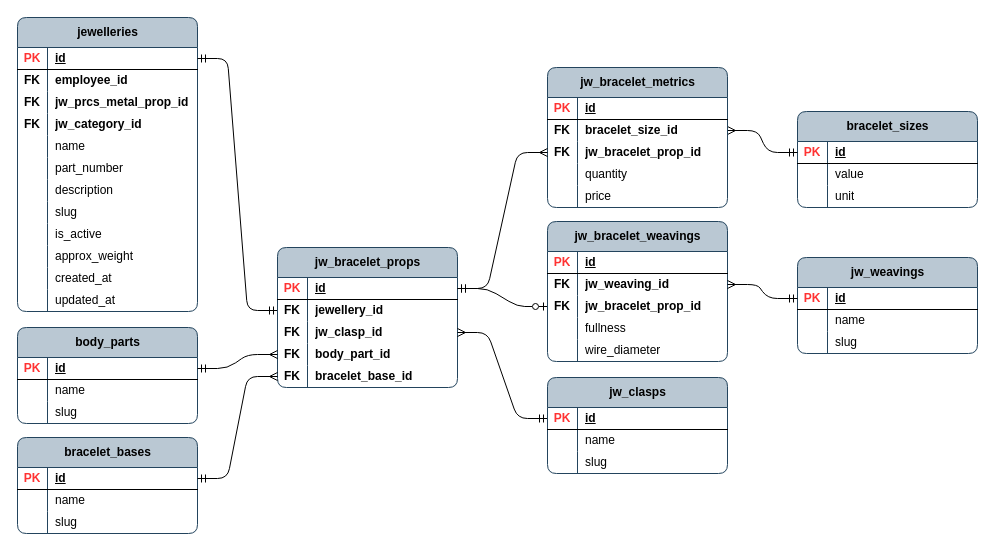
Before: page "jw_bracelet_props" (10 of 13) of publisher/laravel-app/psql_jewellery_items.drawio in Local-development-environment/msg-brokers-publisher-consumer, a draw.io diagram. Source tidied: cells renumbered, new cells numbered last; positions are measured from the earlier drawing's top-left corner, leaving out a move shared by most shapes. Both pictures are drawn from the tidied source at 100%, with x=0, y=0 at pixel (17, 17).
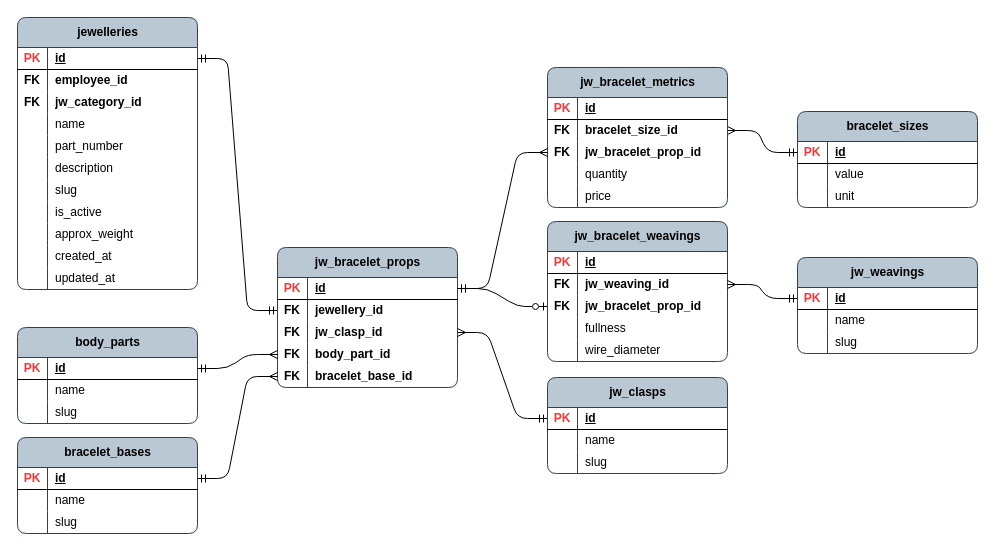
Above is the later version.

What changed in the source:
```diff
@@
     <mxCell id="2" value="jewelleries" style="shape=table;startSize=30;childLayout=tableLayout;rowLines=0;fontStyle=1;align=center;html=1;rounded=1;swimlaneFillColor=none;fillColor=#bac8d3;strokeColor=#23445d;columnLines=1;arcSize=10;" parent="1" vertex="1">
-      <mxGeometry width="180" height="294" as="geometry" />
+      <mxGeometry width="180" height="272" as="geometry" />
     </mxCell>
@@
-    <mxCell id="9" style="shape=tableRow;horizontal=0;startSize=0;swimlaneHead=0;swimlaneBody=0;fillColor=none;top=0;left=0;right=0;bottom=0;rounded=1;" parent="2" vertex="1">
-      <mxGeometry y="74" width="180" height="22" as="geometry" />
-    </mxCell>
-    <mxCell id="10" value="&lt;b&gt;FK&lt;/b&gt;" style="shape=partialRectangle;fillColor=none;top=0;left=0;bottom=0;right=0;overflow=hidden;whiteSpace=wrap;html=1;rounded=1;" parent="9" vertex="1">
-      <mxGeometry width="30" height="22" as="geometry" />
-    </mxCell>
-    <mxCell id="11" value="&lt;span style=&quot;font-weight: 700; text-align: center; text-wrap-mode: nowrap;&quot;&gt;jw_prcs_metal_prop_id&lt;/span&gt;" style="shape=partialRectangle;fillColor=none;top=0;left=0;bottom=0;right=0;align=left;spacingLeft=6;overflow=hidden;whiteSpace=wrap;html=1;rounded=1;" parent="9" vertex="1">
-      <mxGeometry x="30" width="150" height="22" as="geometry" />
-    </mxCell>
     <mxCell id="12" style="shape=tableRow;horizontal=0;startSize=0;swimlaneHead=0;swimlaneBody=0;fillColor=none;top=0;left=0;right=0;bottom=0;rounded=1;" parent="2" vertex="1">
-      <mxGeometry y="96" width="180" height="22" as="geometry" />
+      <mxGeometry y="74" width="180" height="22" as="geometry" />
     </mxCell>
@@
     <mxCell id="15" style="shape=tableRow;horizontal=0;startSize=0;swimlaneHead=0;swimlaneBody=0;fillColor=none;top=0;left=0;right=0;bottom=0;rounded=1;" parent="2" vertex="1">
-      <mxGeometry y="118" width="180" height="22" as="geometry" />
+      <mxGeometry y="96" width="180" height="22" as="geometry" />
     </mxCell>
@@
     <mxCell id="18" style="shape=tableRow;horizontal=0;startSize=0;swimlaneHead=0;swimlaneBody=0;fillColor=none;top=0;left=0;right=0;bottom=0;rounded=1;" parent="2" vertex="1">
-      <mxGeometry y="140" width="180" height="22" as="geometry" />
+      <mxGeometry y="118" width="180" height="22" as="geometry" />
     </mxCell>
@@
     <mxCell id="21" style="shape=tableRow;horizontal=0;startSize=0;swimlaneHead=0;swimlaneBody=0;fillColor=none;top=0;left=0;right=0;bottom=0;rounded=1;" parent="2" vertex="1">
-      <mxGeometry y="162" width="180" height="22" as="geometry" />
+      <mxGeometry y="140" width="180" height="22" as="geometry" />
     </mxCell>
@@
     <mxCell id="24" style="shape=tableRow;horizontal=0;startSize=0;swimlaneHead=0;swimlaneBody=0;fillColor=none;top=0;left=0;right=0;bottom=0;rounded=1;" parent="2" vertex="1">
-      <mxGeometry y="184" width="180" height="22" as="geometry" />
+      <mxGeometry y="162" width="180" height="22" as="geometry" />
     </mxCell>
@@
     <mxCell id="27" style="shape=tableRow;horizontal=0;startSize=0;swimlaneHead=0;swimlaneBody=0;fillColor=none;top=0;left=0;right=0;bottom=0;rounded=1;" parent="2" vertex="1">
-      <mxGeometry y="206" width="180" height="22" as="geometry" />
+      <mxGeometry y="184" width="180" height="22" as="geometry" />
     </mxCell>
@@
     <mxCell id="30" style="shape=tableRow;horizontal=0;startSize=0;swimlaneHead=0;swimlaneBody=0;fillColor=none;top=0;left=0;right=0;bottom=0;rounded=1;" parent="2" vertex="1">
-      <mxGeometry y="228" width="180" height="22" as="geometry" />
+      <mxGeometry y="206" width="180" height="22" as="geometry" />
     </mxCell>
@@
     <mxCell id="33" style="shape=tableRow;horizontal=0;startSize=0;swimlaneHead=0;swimlaneBody=0;fillColor=none;top=0;left=0;right=0;bottom=0;rounded=1;" parent="2" vertex="1">
-      <mxGeometry y="250" width="180" height="22" as="geometry" />
+      <mxGeometry y="228" width="180" height="22" as="geometry" />
     </mxCell>
@@
     <mxCell id="36" style="shape=tableRow;horizontal=0;startSize=0;swimlaneHead=0;swimlaneBody=0;fillColor=none;top=0;left=0;right=0;bottom=0;rounded=1;" parent="2" vertex="1">
-      <mxGeometry y="272" width="180" height="22" as="geometry" />
+      <mxGeometry y="250" width="180" height="22" as="geometry" />
     </mxCell>
```
